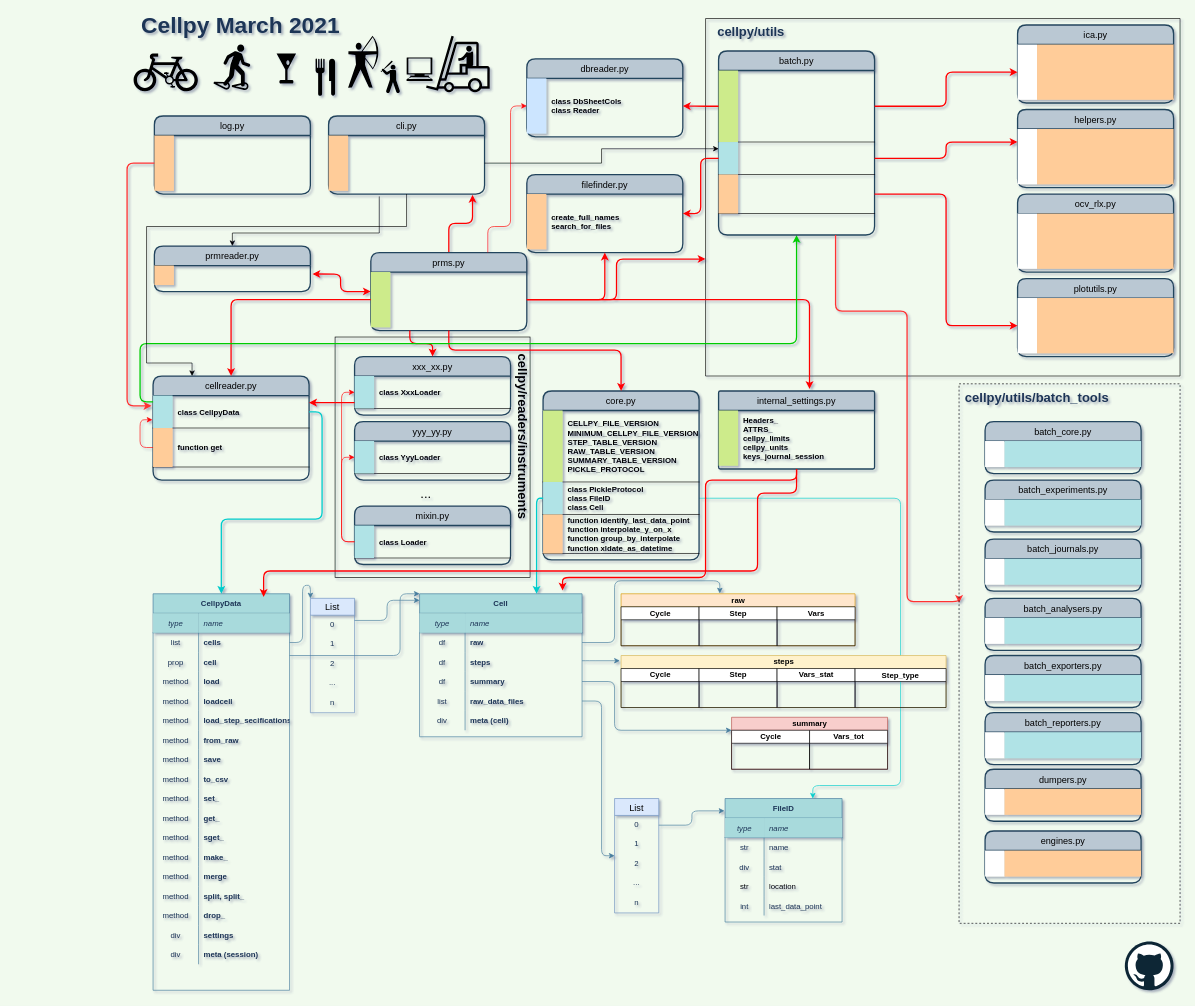
jepegit/cellpy_utilities keeps this draw.io diagram as cellpy_utils/cellpy-cellpydata-structure.drawio. Above is the earlier version. Source tidied: cells renumbered, new cells numbered last; positions are measured from the earlier drawing's top-left corner, leaving out a move shared by most shapes. Both pictures are drawn from the tidied source at 65%, with x=0, y=0 at pixel (127, 18).
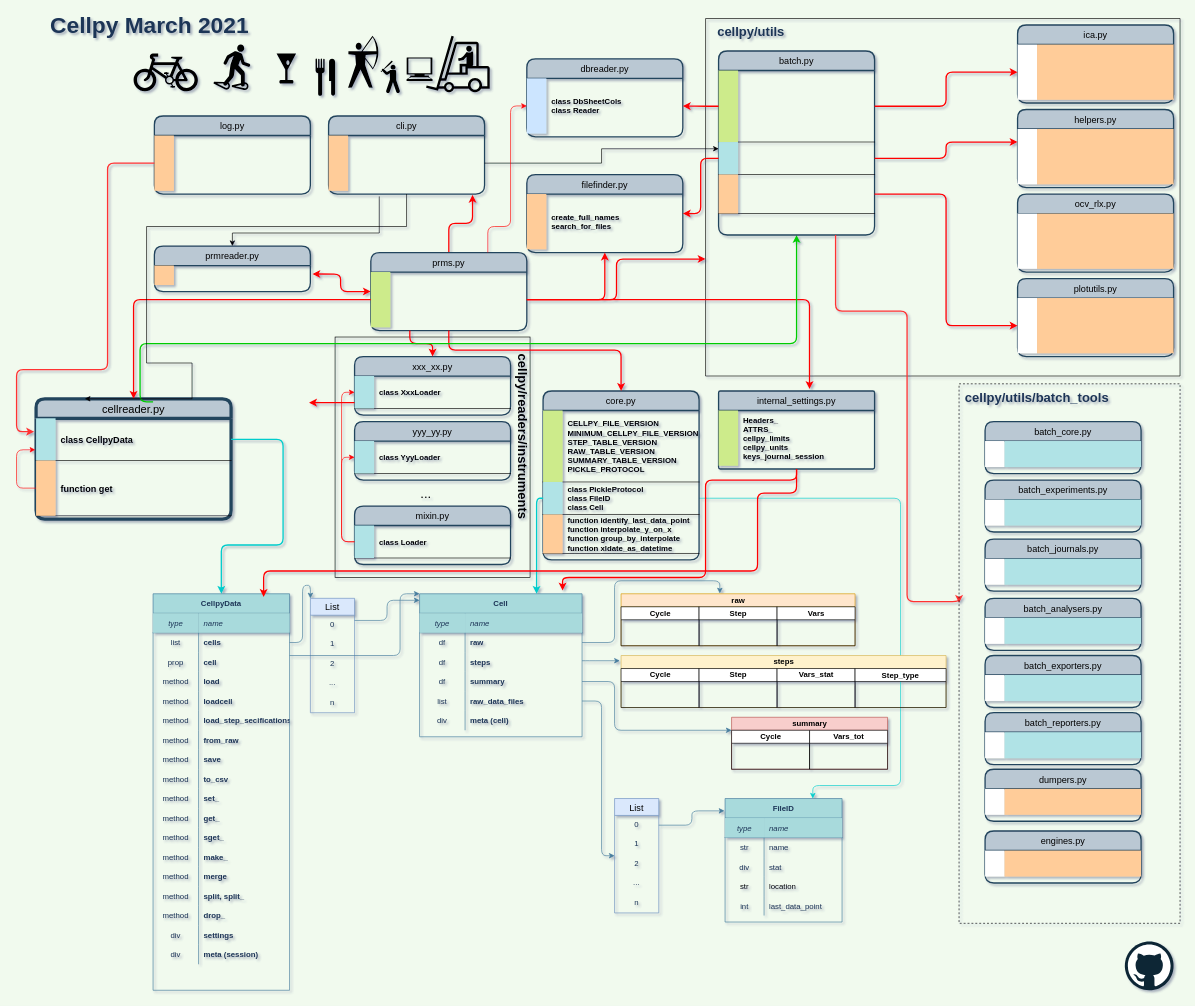
Above is the later version.

The change refers to these unchanged cells:
```xml
<mxCell id="5" value="CellpyData" style="shape=table;startSize=30;childLayout=tableLayout;rowLines=0;fontStyle=1;align=center;fillColor=#A8DADC;strokeColor=#457B9D;fontColor=#1D3557;" parent="1" vertex="1">
  <mxGeometry x="40" y="885" width="210" height="610" as="geometry" />
</mxCell>
<mxCell id="181" style="shape=partialRectangle;fillColor=none;top=0;left=0;bottom=0;right=0;points=[[0,0.5],[1,0.5]];portConstraint=eastwest;" parent="180" vertex="1">
  <mxGeometry width="240" height="85" as="geometry" />
</mxCell>
```

Change to the diagram source:
```diff
@@
-    <mxCell id="145" value="cellreader.py" style="swimlane;horizontal=1;startSize=30;rounded=1;fontSize=14;fontStyle=0;strokeWidth=2;shadow=0;dashed=0;align=center;sketch=0;fillColor=#bac8d3;strokeColor=#23445d;" parent="1" vertex="1">
-      <mxGeometry x="40" y="550" width="240" height="160" as="geometry" />
+    <mxCell id="145" value="cellreader.py" style="swimlane;horizontal=1;startSize=30;rounded=1;fontSize=17;fontStyle=0;strokeWidth=5;shadow=0;dashed=0;align=center;sketch=0;fillColor=#bac8d3;strokeColor=#23445d;" parent="1" vertex="1">
+      <mxGeometry x="-140" y="585" width="300" height="185" as="geometry" />
     </mxCell>
     <mxCell id="146" style="shape=table;startSize=0;childLayout=tableLayout;rowLines=0;fontStyle=0;align=center;strokeColor=none;fillColor=none;rounded=0;sketch=0;fontColor=#1D3557;" parent="145" vertex="1">
-      <mxGeometry y="30" width="240" height="130" as="geometry" />
+      <mxGeometry y="30" width="300" height="155" as="geometry" />
     </mxCell>
-    <mxCell id="147" style="shape=partialRectangle;fillColor=none;top=0;left=0;bottom=1;right=0;points=[[0,0.5],[1,0.5]];portConstraint=eastwest;" parent="146" vertex="1">
-      <mxGeometry width="240" height="50" as="geometry" />
+    <mxCell id="147" style="shape=partialRectangle;fillColor=none;top=0;left=0;bottom=1;right=0;points=[[0,0.5],[1,0.5]];portConstraint=eastwest;fontSize=15;" parent="146" vertex="1">
+      <mxGeometry width="300" height="65" as="geometry" />
     </mxCell>
     <mxCell id="148" style="shape=partialRectangle;fillColor=#b0e3e6;top=0;left=0;bottom=0;right=0;fontStyle=1;overflow=hidden;strokeColor=#0e8088;" parent="147" vertex="1">
-      <mxGeometry width="30" height="50" as="geometry" />
+      <mxGeometry width="30" height="65" as="geometry" />
     </mxCell>
-    <mxCell id="149" value="class CellpyData" style="shape=partialRectangle;fillColor=none;top=0;left=0;bottom=0;right=0;align=left;spacingLeft=6;fontStyle=1;overflow=hidden;" parent="147" vertex="1">
-      <mxGeometry x="30" width="210" height="50" as="geometry" />
+    <mxCell id="149" value="class CellpyData" style="shape=partialRectangle;top=0;left=0;bottom=0;right=0;align=left;spacingLeft=6;fontStyle=1;overflow=hidden;fontSize=14;spacingRight=4;fillColor=none;" parent="147" vertex="1">
+      <mxGeometry x="30" width="270" height="65" as="geometry" />
     </mxCell>
     <mxCell id="150" style="edgeStyle=orthogonalEdgeStyle;rounded=1;jettySize=auto;html=1;entryX=-0.004;entryY=0.746;entryDx=0;entryDy=0;entryPerimeter=0;startArrow=none;startFill=0;endArrow=classic;endFill=1;strokeColor=#FF0000;" parent="146" edge="1" source="151" target="147">
-      <mxGeometry relative="1" as="geometry" />
+      <mxGeometry relative="1" as="geometry">
+        <Array as="points">
+          <mxPoint x="-30" y="108" />
+          <mxPoint x="-30" y="49" />
+        </Array>
+      </mxGeometry>
     </mxCell>
     <mxCell id="151" style="shape=partialRectangle;fillColor=none;top=0;left=0;bottom=1;right=0;points=[[0,0.5],[1,0.5]];portConstraint=eastwest;" parent="146" vertex="1">
-      <mxGeometry y="50" width="240" height="60" as="geometry" />
+      <mxGeometry y="65" width="300" height="85" as="geometry" />
     </mxCell>
     <mxCell id="152" style="shape=partialRectangle;fillColor=#ffcc99;top=0;left=0;bottom=0;right=0;fontStyle=1;overflow=hidden;strokeColor=#36393d;" parent="151" vertex="1">
-      <mxGeometry width="30" height="60" as="geometry" />
+      <mxGeometry width="30" height="85" as="geometry" />
     </mxCell>
-    <mxCell id="153" value="function get" style="shape=partialRectangle;fillColor=none;top=0;left=0;bottom=0;right=0;align=left;spacingLeft=6;fontStyle=1;overflow=hidden;" parent="151" vertex="1">
-      <mxGeometry x="30" width="210" height="60" as="geometry" />
+    <mxCell id="153" value="function get" style="shape=partialRectangle;top=0;left=0;bottom=0;right=0;align=left;spacingLeft=6;fontStyle=1;overflow=hidden;fontSize=14;spacingRight=4;fillColor=none;" parent="151" vertex="1">
+      <mxGeometry x="30" width="270" height="85" as="geometry" />
     </mxCell>
@@
     <mxCell id="173" style="edgeStyle=orthogonalEdgeStyle;curved=0;rounded=1;sketch=0;jettySize=auto;html=1;strokeWidth=2;fillColor=#A8DADC;fontColor=#1D3557;strokeColor=#00CCCC;exitX=1;exitY=0.5;exitDx=0;exitDy=0;" parent="1" edge="1" source="147" target="5">
       <mxGeometry relative="1" as="geometry">
         <Array as="points">
-          <mxPoint x="300" y="605" />
-          <mxPoint x="300" y="770" />
-          <mxPoint x="145" y="770" />
+          <mxPoint x="240" y="648" />
+          <mxPoint x="240" y="810" />
+          <mxPoint x="145" y="810" />
         </Array>
       </mxGeometry>
     </mxCell>
@@
     <mxCell id="240" style="edgeStyle=orthogonalEdgeStyle;curved=0;rounded=1;sketch=0;jettySize=auto;html=1;entryX=-0.01;entryY=0.317;entryDx=0;entryDy=0;entryPerimeter=0;startArrow=none;startFill=0;endArrow=classic;endFill=1;strokeColor=#FF3333;strokeWidth=2;fillColor=#A8DADC;fontSize=20;fontColor=#1D3557;" parent="1" edge="1" source="181" target="147">
       <mxGeometry relative="1" as="geometry">
         <Array as="points">
-          <mxPoint y="222" />
-          <mxPoint y="596" />
+          <mxPoint x="-30" y="223" />
+          <mxPoint x="-30" y="540" />
+          <mxPoint x="-170" y="540" />
+          <mxPoint x="-170" y="636" />
         </Array>
       </mxGeometry>
     </mxCell>
     <mxCell id="241" value="Cellpy March 2021" style="text;html=1;strokeColor=none;fillColor=none;align=left;verticalAlign=middle;whiteSpace=wrap;rounded=0;dashed=1;sketch=0;fontSize=35;fontColor=#1D3557;fontStyle=1;horizontal=1;" parent="1" vertex="1">
-      <mxGeometry x="20" width="330" height="20" as="geometry" />
+      <mxGeometry x="-120" width="330" height="20" as="geometry" />
     </mxCell>
```
